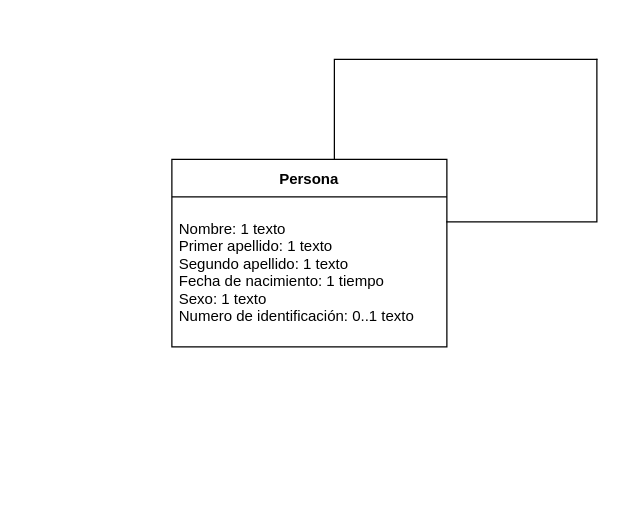
The draw.io diagram Ejercicio 16.drawio in ESTHERRODRIGUEZGARCIA/TrabajoGrupal1-EDA, before the edit. Source tidied: cells renumbered, new cells numbered last; positions are measured from the earlier drawing's top-left corner, leaving out a move shared by most shapes. Both pictures are drawn from the tidied source at 125%, with x=0, y=0 at pixel (171, 59).
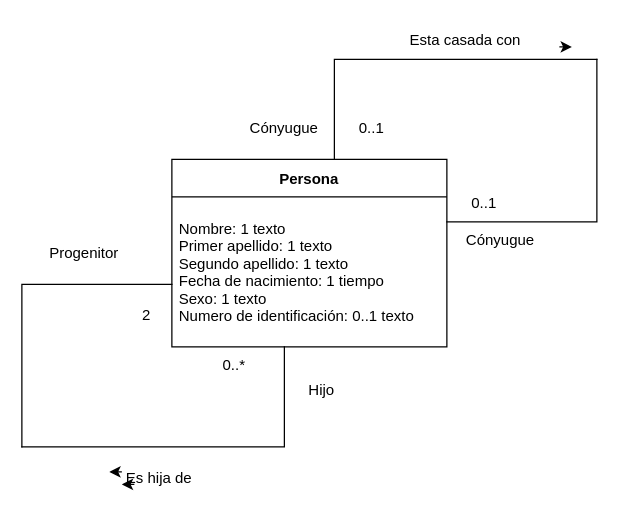
The same diagram, later.

What changed in the source:
```diff
@@
+    <mxCell id="6" style="shape=partialRectangle;whiteSpace=wrap;html=1;bottom=0;right=0;fillColor=none;rotation=-180;" parent="1" vertex="1">
+      <mxGeometry x="-120" y="230" width="210" height="80" as="geometry" />
+    </mxCell>
+    <mxCell id="7" style="shape=partialRectangle;whiteSpace=wrap;html=1;bottom=0;right=0;fillColor=none;rotation=0;" parent="1" vertex="1">
+      <mxGeometry x="-120" y="180" width="120" height="130" as="geometry" />
+    </mxCell>
+    <mxCell id="8" value="Esta casada con" style="text;html=1;strokeColor=none;fillColor=none;align=center;verticalAlign=middle;whiteSpace=wrap;rounded=0;" parent="1" vertex="1">
+      <mxGeometry x="177" y="-30" width="116" height="30" as="geometry" />
+    </mxCell>
+    <mxCell id="9" value="Cónyugue" style="text;html=1;strokeColor=none;fillColor=none;align=center;verticalAlign=middle;whiteSpace=wrap;rounded=0;" parent="1" vertex="1">
+      <mxGeometry x="233" y="130" width="60" height="30" as="geometry" />
+    </mxCell>
+    <mxCell id="10" value="Cónyugue" style="text;html=1;strokeColor=none;fillColor=none;align=center;verticalAlign=middle;whiteSpace=wrap;rounded=0;" parent="1" vertex="1">
+      <mxGeometry x="60" y="40" width="60" height="30" as="geometry" />
+    </mxCell>
+    <mxCell id="11" value="0..1" style="text;html=1;strokeColor=none;fillColor=none;align=center;verticalAlign=middle;whiteSpace=wrap;rounded=0;" parent="1" vertex="1">
+      <mxGeometry x="130" y="40" width="60" height="30" as="geometry" />
+    </mxCell>
+    <mxCell id="12" value="0..1" style="text;html=1;strokeColor=none;fillColor=none;align=center;verticalAlign=middle;whiteSpace=wrap;rounded=0;" parent="1" vertex="1">
+      <mxGeometry x="220" y="100" width="60" height="30" as="geometry" />
+    </mxCell>
+    <mxCell id="13" value="Progenitor" style="text;html=1;strokeColor=none;fillColor=none;align=center;verticalAlign=middle;whiteSpace=wrap;rounded=0;" parent="1" vertex="1">
+      <mxGeometry x="-100" y="140" width="60" height="30" as="geometry" />
+    </mxCell>
+    <mxCell id="14" value="Hijo" style="text;html=1;strokeColor=none;fillColor=none;align=center;verticalAlign=middle;whiteSpace=wrap;rounded=0;" parent="1" vertex="1">
+      <mxGeometry x="90" y="250" width="60" height="30" as="geometry" />
+    </mxCell>
+    <mxCell id="15" value="Es hija de" style="text;html=1;strokeColor=none;fillColor=none;align=center;verticalAlign=middle;whiteSpace=wrap;rounded=0;" parent="1" vertex="1">
+      <mxGeometry x="-40" y="320" width="60" height="30" as="geometry" />
+    </mxCell>
+    <mxCell id="16" value="0..*" style="text;html=1;strokeColor=none;fillColor=none;align=center;verticalAlign=middle;whiteSpace=wrap;rounded=0;" parent="1" vertex="1">
+      <mxGeometry x="20" y="230" width="60" height="30" as="geometry" />
+    </mxCell>
+    <mxCell id="17" value="2" style="text;html=1;strokeColor=none;fillColor=none;align=center;verticalAlign=middle;whiteSpace=wrap;rounded=0;" parent="1" vertex="1">
+      <mxGeometry x="-50" y="190" width="60" height="30" as="geometry" />
+    </mxCell>
+    <mxCell id="18" style="endArrow=classic;html=1;" parent="1" edge="1">
+      <mxGeometry relative="1" as="geometry">
+        <mxPoint x="-40" y="330" as="sourcePoint" />
+        <mxPoint x="-50" y="330" as="targetPoint" />
+        <Array as="points">
+          <mxPoint x="-40" y="330" />
+        </Array>
+      </mxGeometry>
+    </mxCell>
+    <mxCell id="19" style="endArrow=classic;html=1;" parent="1" edge="1">
+      <mxGeometry relative="1" as="geometry">
+        <mxPoint x="-30" y="340" as="sourcePoint" />
+        <mxPoint x="-40" y="340" as="targetPoint" />
+        <Array as="points">
+          <mxPoint x="-30" y="340" />
+        </Array>
+      </mxGeometry>
+    </mxCell>
+    <mxCell id="20" style="endArrow=classic;html=1;" parent="1" edge="1">
+      <mxGeometry relative="1" as="geometry">
+        <mxPoint x="310" y="-10" as="sourcePoint" />
+        <mxPoint x="320" y="-10" as="targetPoint" />
+      </mxGeometry>
+    </mxCell>
```
